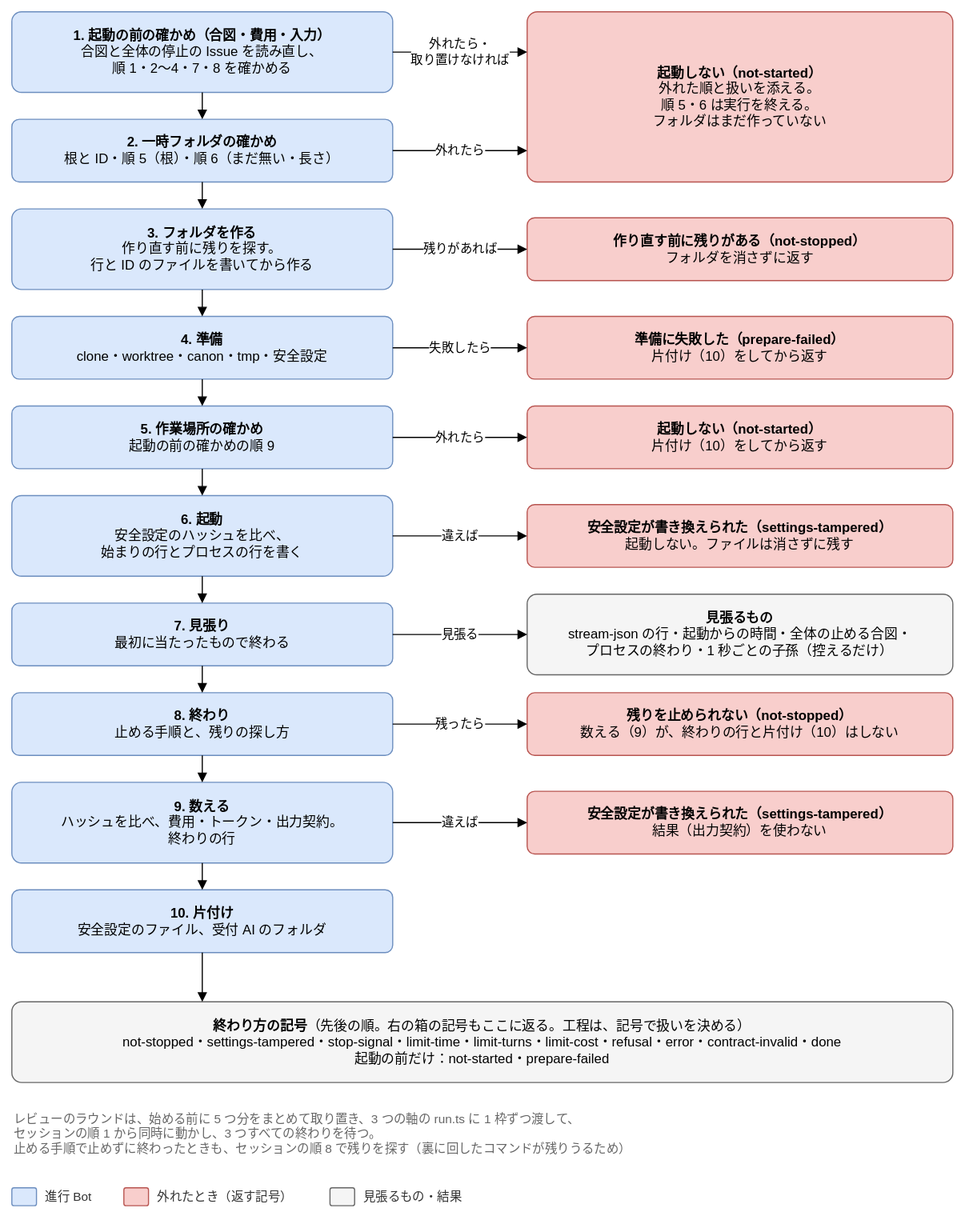
The draw.io diagram docs/design/detailed/diagrams/07-lifecycle.drawio.svg in Joymerrevent/dev-autopilot, before a commit. Source tidied: cells renumbered, new cells last; positions are measured from the earlier drawing's top-left corner, leaving out a move shared by most shapes.
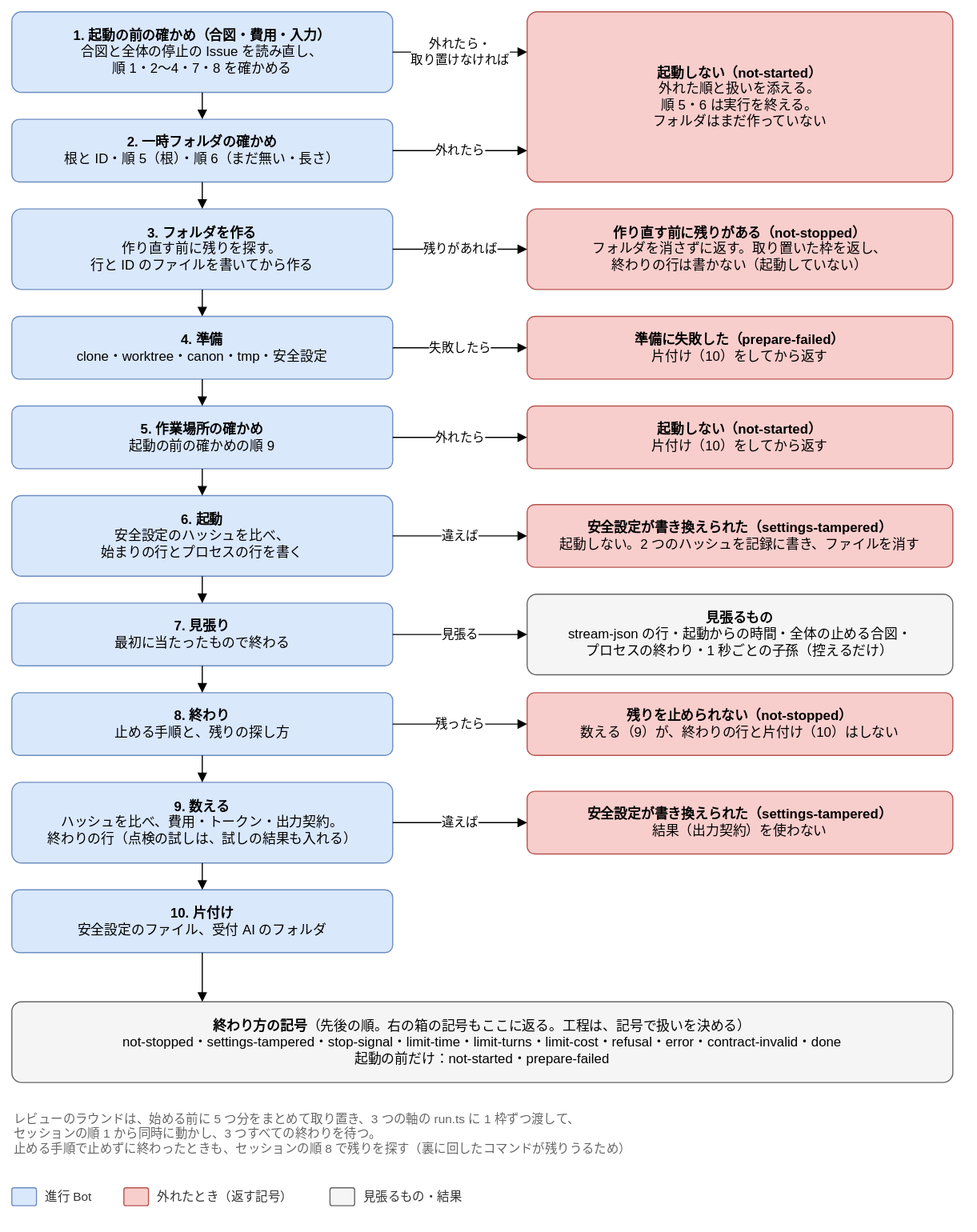
After the commit.

Commit message:
docs(design): 詳細設計の図 07-lifecycle を、再レビューの直しに合わせる

- s9：終わりの行に、点検の試しは試しの結果も入れる（M-8）
- nst3：作り直す前に残りがあるときは、取り置いた枠を返し、終わりの行を書かない（M-18）
- tamp6：起動の直前の書き換えは、2 つのハッシュを記録に書き、ファイルを消す（M-19）

Claude-Session: https://claude.ai/code/session_01LvmXQN14Y95msvojZ6hWNP

The edit, as a diff of the source:
```diff
@@ -47,7 +47,7 @@
     <mxCell id="16" style="edgeStyle=orthogonalEdgeStyle;rounded=1;html=1;endArrow=block;endFill=1;fontSize=11;labelBackgroundColor=#ffffff;exitX=0.5;exitY=1;exitDx=0;exitDy=0;entryX=0.5;entryY=0;entryDx=0;entryDy=0;" parent="1" edge="1" source="13" target="15">
       <mxGeometry relative="1" as="geometry" />
     </mxCell>
-    <mxCell id="17" value="&lt;b&gt;9. 数える&lt;/b&gt;&lt;br&gt;ハッシュを比べ、費用・トークン・出力契約。&lt;br&gt;終わりの行" style="rounded=1;whiteSpace=wrap;html=1;fontSize=12;arcSize=12;spacing=12;fillColor=#dae8fc;strokeColor=#6c8ebf;" parent="1" vertex="1">
+    <mxCell id="17" value="&lt;b&gt;9. 数える&lt;/b&gt;&lt;br&gt;ハッシュを比べ、費用・トークン・出力契約。&lt;br&gt;終わりの行（点検の試しは、試しの結果も入れる）" style="rounded=1;whiteSpace=wrap;html=1;fontSize=12;arcSize=12;spacing=12;fillColor=#dae8fc;strokeColor=#6c8ebf;" parent="1" vertex="1">
       <mxGeometry y="688" width="340" height="72" as="geometry" />
     </mxCell>
     <mxCell id="18" style="edgeStyle=orthogonalEdgeStyle;rounded=1;html=1;endArrow=block;endFill=1;fontSize=11;labelBackgroundColor=#ffffff;exitX=0.5;exitY=1;exitDx=0;exitDy=0;entryX=0.5;entryY=0;entryDx=0;entryDy=0;" parent="1" edge="1" source="15" target="17">
@@ -68,8 +68,8 @@
     <mxCell id="23" value="外れたら" style="edgeStyle=orthogonalEdgeStyle;rounded=1;html=1;endArrow=block;endFill=1;fontSize=11;labelBackgroundColor=#ffffff;exitX=1;exitY=0.5;exitDx=0;exitDy=0;entryX=0;entryY=0.8157894736842105;entryDx=0;entryDy=0;" parent="1" edge="1" source="3" target="21">
       <mxGeometry relative="1" as="geometry" />
     </mxCell>
-    <mxCell id="24" value="&lt;b&gt;作り直す前に残りがある（not-stopped）&lt;/b&gt;&lt;br&gt;フォルダを消さずに返す" style="rounded=1;whiteSpace=wrap;html=1;fontSize=12;arcSize=12;spacing=12;fillColor=#f8cecc;strokeColor=#b85450;" parent="1" vertex="1">
-      <mxGeometry x="460" y="184" width="380" height="56" as="geometry" />
+    <mxCell id="24" value="&lt;b&gt;作り直す前に残りがある（not-stopped）&lt;/b&gt;&lt;br&gt;フォルダを消さずに返す。取り置いた枠を返し、&lt;br&gt;終わりの行は書かない（起動していない）" style="rounded=1;whiteSpace=wrap;html=1;fontSize=12;arcSize=12;spacing=12;fillColor=#f8cecc;strokeColor=#b85450;" parent="1" vertex="1">
+      <mxGeometry x="460" y="176" width="380" height="72" as="geometry" />
     </mxCell>
     <mxCell id="25" value="残りがあれば" style="edgeStyle=orthogonalEdgeStyle;rounded=1;html=1;endArrow=block;endFill=1;fontSize=11;labelBackgroundColor=#ffffff;exitX=1;exitY=0.5;exitDx=0;exitDy=0;entryX=0;entryY=0.5;entryDx=0;entryDy=0;" parent="1" edge="1" source="5" target="24">
       <mxGeometry relative="1" as="geometry" />
@@ -86,7 +86,7 @@
     <mxCell id="29" value="外れたら" style="edgeStyle=orthogonalEdgeStyle;rounded=1;html=1;endArrow=block;endFill=1;fontSize=11;labelBackgroundColor=#ffffff;exitX=1;exitY=0.5;exitDx=0;exitDy=0;entryX=0;entryY=0.5;entryDx=0;entryDy=0;" parent="1" edge="1" source="9" target="28">
       <mxGeometry relative="1" as="geometry" />
     </mxCell>
-    <mxCell id="30" value="&lt;b&gt;安全設定が書き換えられた（settings-tampered）&lt;/b&gt;&lt;br&gt;起動しない。ファイルは消さずに残す" style="rounded=1;whiteSpace=wrap;html=1;fontSize=12;arcSize=12;spacing=12;fillColor=#f8cecc;strokeColor=#b85450;" parent="1" vertex="1">
+    <mxCell id="30" value="&lt;b&gt;安全設定が書き換えられた（settings-tampered）&lt;/b&gt;&lt;br&gt;起動しない。2 つのハッシュを記録に書き、ファイルを消す" style="rounded=1;whiteSpace=wrap;html=1;fontSize=12;arcSize=12;spacing=12;fillColor=#f8cecc;strokeColor=#b85450;" parent="1" vertex="1">
       <mxGeometry x="460" y="440" width="380" height="56" as="geometry" />
     </mxCell>
     <mxCell id="31" value="違えば" style="edgeStyle=orthogonalEdgeStyle;rounded=1;html=1;endArrow=block;endFill=1;fontSize=11;labelBackgroundColor=#ffffff;exitX=1;exitY=0.5;exitDx=0;exitDy=0;entryX=0;entryY=0.5;entryDx=0;entryDy=0;" parent="1" edge="1" source="11" target="30">
```
